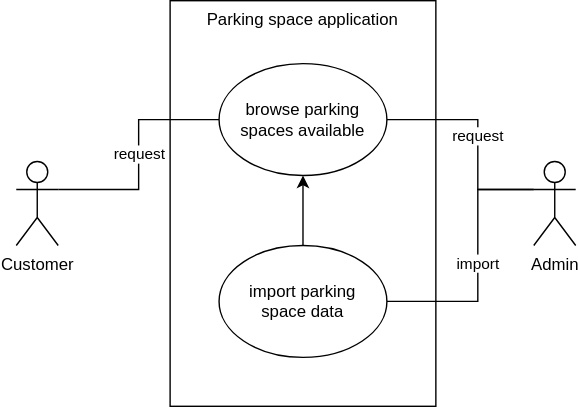
Before: diagrams/use-case.drawio.svg, a diagram exported from draw.io (Wuts0n/trafficon-application-exercise). Source tidied: cells renumbered, new cells last; positions are measured from the earlier drawing's top-left corner, leaving out a move shared by most shapes. Its diagram source:
```xml
<mxGraphModel>
  <root>
    <mxCell id="0" />
    <mxCell id="1" parent="0" />
    <mxCell id="2" value="Parking space application" style="rounded=0;whiteSpace=wrap;html=1;verticalAlign=top;" parent="1" vertex="1">
      <mxGeometry x="110" width="190" height="290" as="geometry" />
    </mxCell>
    <mxCell id="3" value="request" style="edgeStyle=orthogonalEdgeStyle;rounded=0;jettySize=auto;html=1;exitX=1;exitY=0.3333333333333333;exitDx=0;exitDy=0;exitPerimeter=0;entryX=0;entryY=0.5;entryDx=0;entryDy=0;endArrow=none;endFill=0;" parent="1" edge="1" source="4" target="8">
      <mxGeometry relative="1" as="geometry" />
    </mxCell>
    <mxCell id="4" value="Customer" style="shape=umlActor;verticalLabelPosition=bottom;verticalAlign=top;html=1;outlineConnect=0;" parent="1" vertex="1">
      <mxGeometry y="115" width="30" height="60" as="geometry" />
    </mxCell>
    <mxCell id="5" value="request" style="edgeStyle=orthogonalEdgeStyle;rounded=0;jettySize=auto;html=1;exitX=0;exitY=0.3333333333333333;exitDx=0;exitDy=0;exitPerimeter=0;entryX=1;entryY=0.5;entryDx=0;entryDy=0;curved=0;endArrow=none;endFill=0;" parent="1" edge="1" source="7" target="8">
      <mxGeometry relative="1" as="geometry">
        <Array as="points">
          <mxPoint x="330" y="135" />
          <mxPoint x="330" y="85" />
        </Array>
      </mxGeometry>
    </mxCell>
    <mxCell id="6" value="import" style="edgeStyle=orthogonalEdgeStyle;rounded=0;jettySize=auto;html=1;exitX=0;exitY=0.3333333333333333;exitDx=0;exitDy=0;exitPerimeter=0;entryX=1;entryY=0.5;entryDx=0;entryDy=0;endArrow=none;endFill=0;" parent="1" edge="1" source="7" target="10">
      <mxGeometry relative="1" as="geometry">
        <Array as="points">
          <mxPoint x="330" y="135" />
          <mxPoint x="330" y="215" />
        </Array>
      </mxGeometry>
    </mxCell>
    <mxCell id="7" value="&lt;div&gt;Admin&lt;/div&gt;" style="shape=umlActor;verticalLabelPosition=bottom;verticalAlign=top;html=1;outlineConnect=0;" parent="1" vertex="1">
      <mxGeometry x="370" y="115" width="30" height="60" as="geometry" />
    </mxCell>
    <mxCell id="8" value="browse parking spaces available" style="ellipse;whiteSpace=wrap;html=1;" parent="1" vertex="1">
      <mxGeometry x="145" y="45" width="120" height="80" as="geometry" />
    </mxCell>
    <mxCell id="9" style="edgeStyle=orthogonalEdgeStyle;rounded=0;jettySize=auto;html=1;exitX=0.5;exitY=0;exitDx=0;exitDy=0;entryX=0.5;entryY=1;entryDx=0;entryDy=0;" parent="1" edge="1" source="10" target="8">
      <mxGeometry relative="1" as="geometry" />
    </mxCell>
    <mxCell id="10" value="&lt;div&gt;import parking&lt;/div&gt;&lt;div&gt;space data&lt;/div&gt;" style="ellipse;whiteSpace=wrap;html=1;" parent="1" vertex="1">
      <mxGeometry x="145" y="175" width="120" height="80" as="geometry" />
    </mxCell>
  </root>
</mxGraphModel>
```
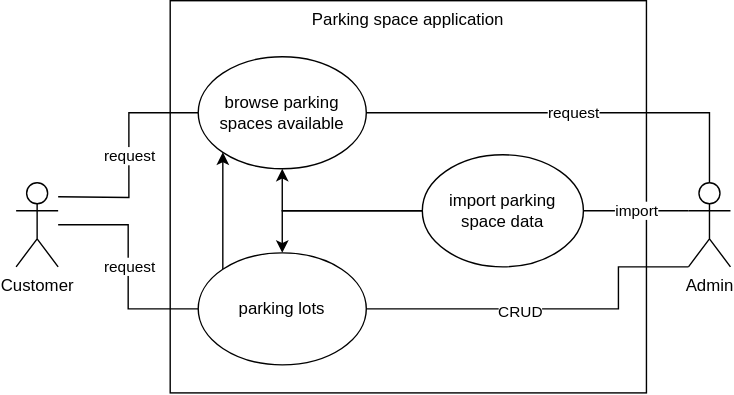
After the commit.

Commit message:
update use case diagram

Change to the diagram source:
```diff
@@ -3,41 +3,61 @@
     <mxCell id="0" />
     <mxCell id="1" parent="0" />
     <mxCell id="2" value="Parking space application" style="rounded=0;whiteSpace=wrap;html=1;verticalAlign=top;" parent="1" vertex="1">
-      <mxGeometry x="110" width="190" height="290" as="geometry" />
+      <mxGeometry x="110" y="-15" width="340" height="280" as="geometry" />
     </mxCell>
-    <mxCell id="3" value="request" style="edgeStyle=orthogonalEdgeStyle;rounded=0;jettySize=auto;html=1;exitX=1;exitY=0.3333333333333333;exitDx=0;exitDy=0;exitPerimeter=0;entryX=0;entryY=0.5;entryDx=0;entryDy=0;endArrow=none;endFill=0;" parent="1" edge="1" source="4" target="8">
-      <mxGeometry relative="1" as="geometry" />
+    <mxCell id="3" value="request" style="edgeStyle=orthogonalEdgeStyle;rounded=0;jettySize=auto;html=1;entryX=0;entryY=0.5;entryDx=0;entryDy=0;endArrow=none;endFill=0;" parent="1" edge="1" target="8">
+      <mxGeometry relative="1" as="geometry">
+        <mxPoint x="30" y="125" as="sourcePoint" />
+      </mxGeometry>
     </mxCell>
+    <mxCell id="11" style="edgeStyle=orthogonalEdgeStyle;rounded=0;jettySize=auto;html=1;endArrow=none;endFill=0;" parent="1" edge="1" source="4" target="17">
+      <mxGeometry relative="1" as="geometry" />
+    </mxCell>
+    <mxCell id="12" value="request" style="edgeLabel;html=1;align=center;verticalAlign=middle;" parent="11" vertex="1">
+      <mxGeometry x="0.6" y="-1" relative="1" as="geometry">
+        <mxPoint x="-17" y="-31" as="offset" />
+      </mxGeometry>
+    </mxCell>
     <mxCell id="4" value="Customer" style="shape=umlActor;verticalLabelPosition=bottom;verticalAlign=top;html=1;outlineConnect=0;" parent="1" vertex="1">
       <mxGeometry y="115" width="30" height="60" as="geometry" />
     </mxCell>
-    <mxCell id="5" value="request" style="edgeStyle=orthogonalEdgeStyle;rounded=0;jettySize=auto;html=1;exitX=0;exitY=0.3333333333333333;exitDx=0;exitDy=0;exitPerimeter=0;entryX=1;entryY=0.5;entryDx=0;entryDy=0;curved=0;endArrow=none;endFill=0;" parent="1" edge="1" source="7" target="8">
-      <mxGeometry relative="1" as="geometry">
-        <Array as="points">
-          <mxPoint x="330" y="135" />
-          <mxPoint x="330" y="85" />
-        </Array>
-      </mxGeometry>
+    <mxCell id="5" value="request" style="edgeStyle=orthogonalEdgeStyle;rounded=0;jettySize=auto;html=1;exitX=0.5;exitY=0;exitDx=0;exitDy=0;exitPerimeter=0;entryX=1;entryY=0.5;entryDx=0;entryDy=0;curved=0;endArrow=none;endFill=0;" parent="1" edge="1" source="7" target="8">
+      <mxGeometry relative="1" as="geometry" />
     </mxCell>
     <mxCell id="6" value="import" style="edgeStyle=orthogonalEdgeStyle;rounded=0;jettySize=auto;html=1;exitX=0;exitY=0.3333333333333333;exitDx=0;exitDy=0;exitPerimeter=0;entryX=1;entryY=0.5;entryDx=0;entryDy=0;endArrow=none;endFill=0;" parent="1" edge="1" source="7" target="10">
-      <mxGeometry relative="1" as="geometry">
-        <Array as="points">
-          <mxPoint x="330" y="135" />
-          <mxPoint x="330" y="215" />
-        </Array>
-      </mxGeometry>
+      <mxGeometry relative="1" as="geometry" />
     </mxCell>
+    <mxCell id="13" style="edgeStyle=orthogonalEdgeStyle;rounded=0;jettySize=auto;html=1;entryX=1;entryY=0.5;entryDx=0;entryDy=0;exitX=0;exitY=1;exitDx=0;exitDy=0;exitPerimeter=0;endArrow=none;endFill=0;" parent="1" edge="1" source="7" target="17">
+      <mxGeometry relative="1" as="geometry">
+        <Array as="points">
+          <mxPoint x="430" y="175" />
+          <mxPoint x="430" y="205" />
+        </Array>
+      </mxGeometry>
+    </mxCell>
+    <mxCell id="14" value="CRUD" style="edgeLabel;html=1;align=center;verticalAlign=middle;" parent="13" vertex="1">
+      <mxGeometry x="0.15" y="2" relative="1" as="geometry" />
+    </mxCell>
     <mxCell id="7" value="&lt;div&gt;Admin&lt;/div&gt;" style="shape=umlActor;verticalLabelPosition=bottom;verticalAlign=top;html=1;outlineConnect=0;" parent="1" vertex="1">
-      <mxGeometry x="370" y="115" width="30" height="60" as="geometry" />
+      <mxGeometry x="480" y="115" width="30" height="60" as="geometry" />
     </mxCell>
     <mxCell id="8" value="browse parking spaces available" style="ellipse;whiteSpace=wrap;html=1;" parent="1" vertex="1">
-      <mxGeometry x="145" y="45" width="120" height="80" as="geometry" />
+      <mxGeometry x="130" y="25" width="120" height="80" as="geometry" />
     </mxCell>
-    <mxCell id="9" style="edgeStyle=orthogonalEdgeStyle;rounded=0;jettySize=auto;html=1;exitX=0.5;exitY=0;exitDx=0;exitDy=0;entryX=0.5;entryY=1;entryDx=0;entryDy=0;" parent="1" edge="1" source="10" target="8">
+    <mxCell id="9" style="edgeStyle=orthogonalEdgeStyle;rounded=0;jettySize=auto;html=1;exitX=0;exitY=0.5;exitDx=0;exitDy=0;entryX=0.5;entryY=1;entryDx=0;entryDy=0;" parent="1" edge="1" source="10" target="8">
       <mxGeometry relative="1" as="geometry" />
     </mxCell>
+    <mxCell id="15" style="edgeStyle=orthogonalEdgeStyle;rounded=0;jettySize=auto;html=1;entryX=0.5;entryY=0;entryDx=0;entryDy=0;" parent="1" edge="1" source="10" target="17">
+      <mxGeometry relative="1" as="geometry" />
+    </mxCell>
     <mxCell id="10" value="&lt;div&gt;import parking&lt;/div&gt;&lt;div&gt;space data&lt;/div&gt;" style="ellipse;whiteSpace=wrap;html=1;" parent="1" vertex="1">
-      <mxGeometry x="145" y="175" width="120" height="80" as="geometry" />
+      <mxGeometry x="290" y="95" width="115" height="80" as="geometry" />
     </mxCell>
+    <mxCell id="16" style="edgeStyle=orthogonalEdgeStyle;rounded=0;jettySize=auto;html=1;exitX=0;exitY=0;exitDx=0;exitDy=0;entryX=0;entryY=1;entryDx=0;entryDy=0;" parent="1" edge="1" source="17" target="8">
+      <mxGeometry relative="1" as="geometry" />
+    </mxCell>
+    <mxCell id="17" value="parking lots" style="ellipse;whiteSpace=wrap;html=1;" parent="1" vertex="1">
+      <mxGeometry x="130" y="165" width="120" height="80" as="geometry" />
+    </mxCell>
   </root>
 </mxGraphModel>
```
